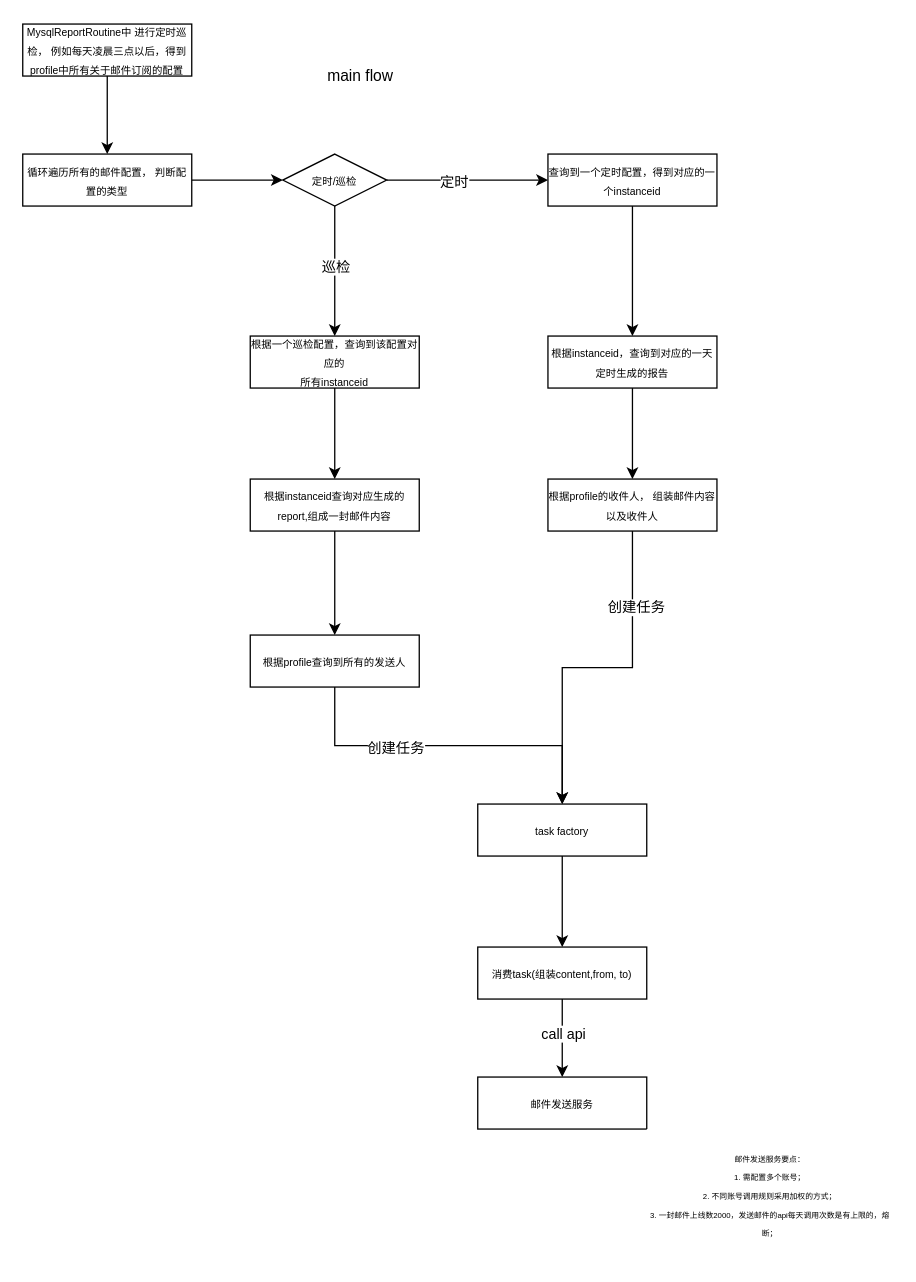
Earlier version of the draw.io diagram page "main-flow" (1 of 2) of Untitled Diagram.drawio (GuoJunChen-commit/practice). Source tidied: cells renumbered, new cells numbered last; positions are measured from the earlier drawing's top-left corner, leaving out a move shared by most shapes. Both pictures are drawn from the tidied source at 130%, with x=0, y=0 at pixel (22, 23).
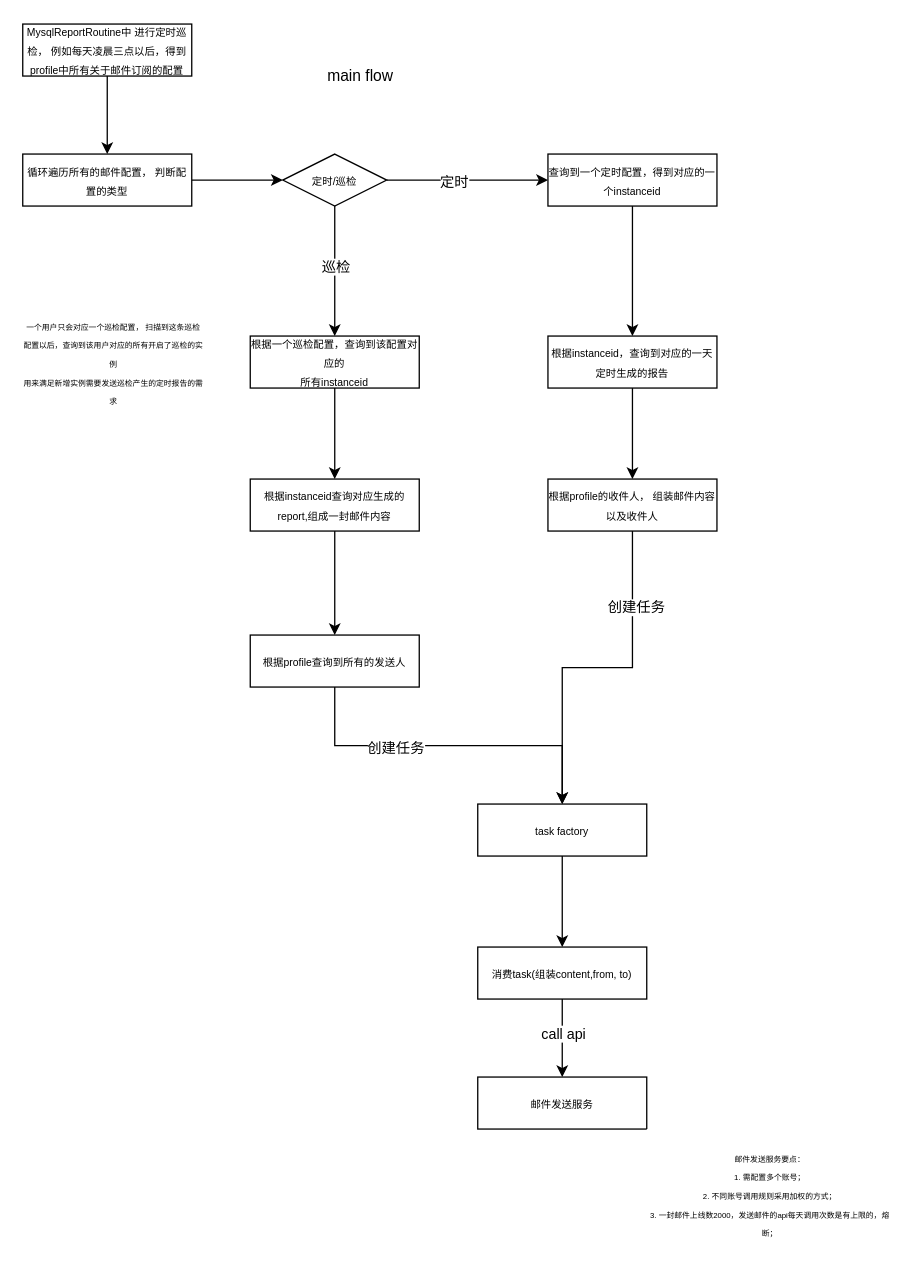
The same diagram, later.

What changed in the source:
```diff
@@
+    <mxCell id="33" value="&lt;font style=&quot;font-size: 6px&quot;&gt;一个用户只会对应一个巡检配置， 扫描到这条巡检配置以后，查询到该用户对应的所有开启了巡检的实例&lt;br&gt;用来满足新增实例需要发送巡检产生的定时报告的需求&lt;br&gt;&lt;/font&gt;" style="text;html=1;strokeColor=none;fillColor=none;align=center;verticalAlign=middle;whiteSpace=wrap;rounded=0;" parent="1" vertex="1">
+      <mxGeometry y="210" width="140" height="100" as="geometry" />
+    </mxCell>
```
